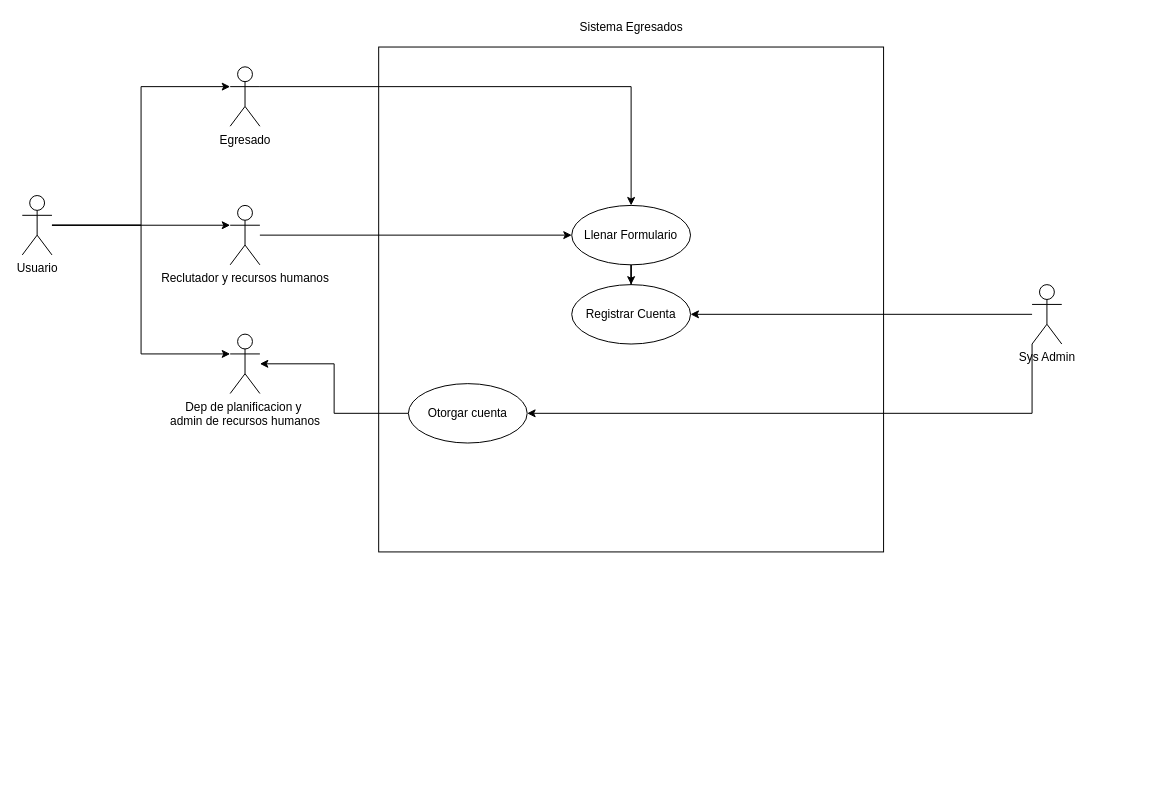
The draw.io diagram page "Modulo Registro" (1 of 5) of Modelo datos.drawio in Jslquintero/Seguimiento-Egresados, before the edit. Source tidied: cells renumbered, new cells numbered last; positions are measured from the earlier drawing's top-left corner, leaving out a move shared by most shapes. Both pictures are drawn from the tidied source at 99%, with x=0, y=0 at pixel (22, 17).
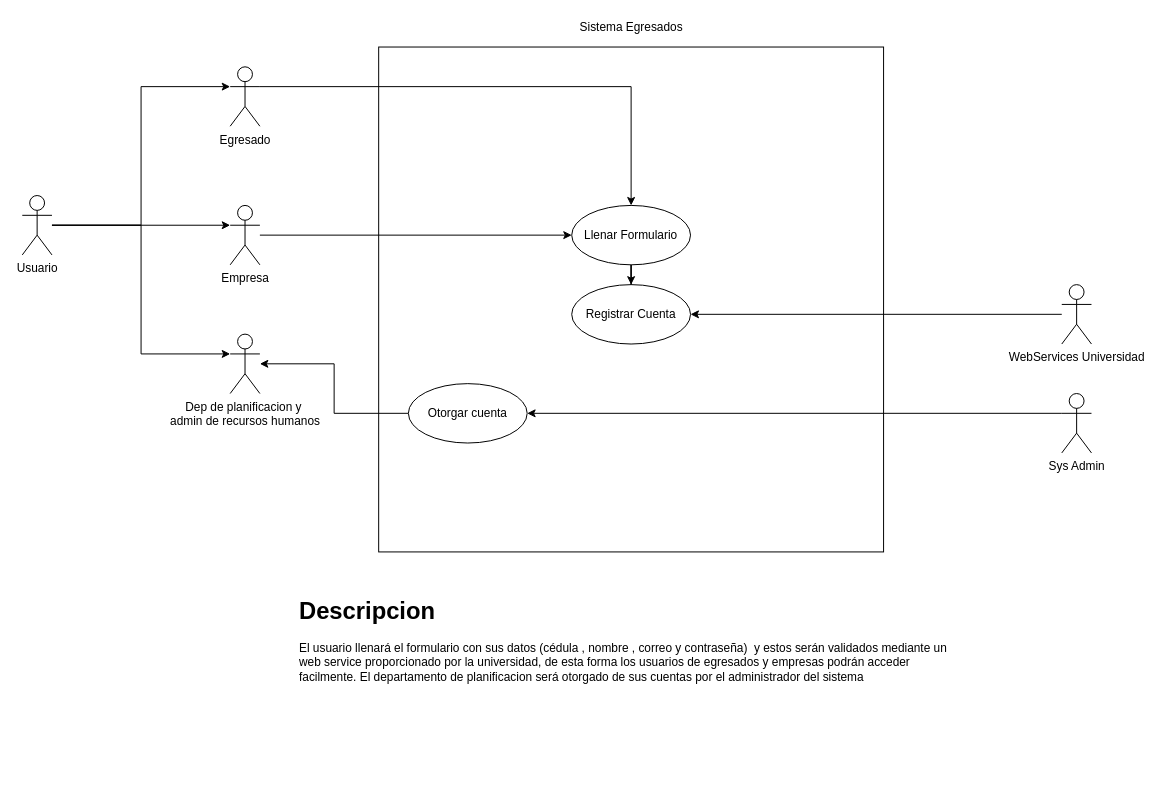
The same diagram, later.

The change refers to these unchanged cells:
```xml
<mxCell id="16" value="Otorgar cuenta" style="ellipse;whiteSpace=wrap;html=1;" parent="1" vertex="1">
  <mxGeometry x="390" y="370" width="120" height="60" as="geometry" />
</mxCell>
```

What changed in the source:
```diff
@@
-    <mxCell id="6" value="Reclutador y recursos humanos" style="shape=umlActor;verticalLabelPosition=bottom;verticalAlign=top;html=1;outlineConnect=0;" parent="1" vertex="1">
+    <mxCell id="6" value="Empresa" style="shape=umlActor;verticalLabelPosition=bottom;verticalAlign=top;html=1;outlineConnect=0;" parent="1" vertex="1">
       <mxGeometry x="210" y="190" width="30" height="60" as="geometry" />
     </mxCell>
@@
-    <mxCell id="8" style="edgeStyle=orthogonalEdgeStyle;rounded=0;jettySize=auto;html=1;exitX=0;exitY=1;exitDx=0;exitDy=0;exitPerimeter=0;entryX=1;entryY=0.5;entryDx=0;entryDy=0;" parent="1" edge="1" source="9" target="16">
+    <mxCell id="8" style="edgeStyle=orthogonalEdgeStyle;rounded=0;jettySize=auto;html=1;exitX=0;exitY=0.3333333333333333;exitDx=0;exitDy=0;exitPerimeter=0;entryX=1;entryY=0.5;entryDx=0;entryDy=0;" parent="1" edge="1" source="22" target="16">
       <mxGeometry relative="1" as="geometry" />
     </mxCell>
-    <mxCell id="9" value="Sys Admin" style="shape=umlActor;verticalLabelPosition=bottom;verticalAlign=top;html=1;outlineConnect=0;" parent="1" vertex="1">
-      <mxGeometry x="1020" y="270" width="30" height="60" as="geometry" />
+    <mxCell id="9" value="WebServices Universidad" style="shape=umlActor;verticalLabelPosition=bottom;verticalAlign=top;html=1;outlineConnect=0;" parent="1" vertex="1">
+      <mxGeometry x="1050" y="270" width="30" height="60" as="geometry" />
     </mxCell>
@@
+    <mxCell id="21" value="&lt;h1&gt;Descripcion&lt;/h1&gt;&lt;p&gt;El usuario llenará el formulario con sus datos (cédula , nombre , correo y contraseña)&amp;nbsp; y estos serán validados mediante un web service proporcionado por la universidad, de esta forma los usuarios de egresados y empresas podrán acceder facilmente. El departamento de planificacion será otorgado de sus cuentas por el administrador del sistema&lt;/p&gt;" style="text;html=1;strokeColor=none;fillColor=none;spacing=5;spacingTop=-20;whiteSpace=wrap;overflow=hidden;rounded=0;" parent="1" vertex="1">
+      <mxGeometry x="274.5" y="580" width="681" height="190" as="geometry" />
+    </mxCell>
+    <mxCell id="22" value="Sys Admin" style="shape=umlActor;verticalLabelPosition=bottom;verticalAlign=top;html=1;outlineConnect=0;" parent="1" vertex="1">
+      <mxGeometry x="1050" y="380" width="30" height="60" as="geometry" />
+    </mxCell>
```
